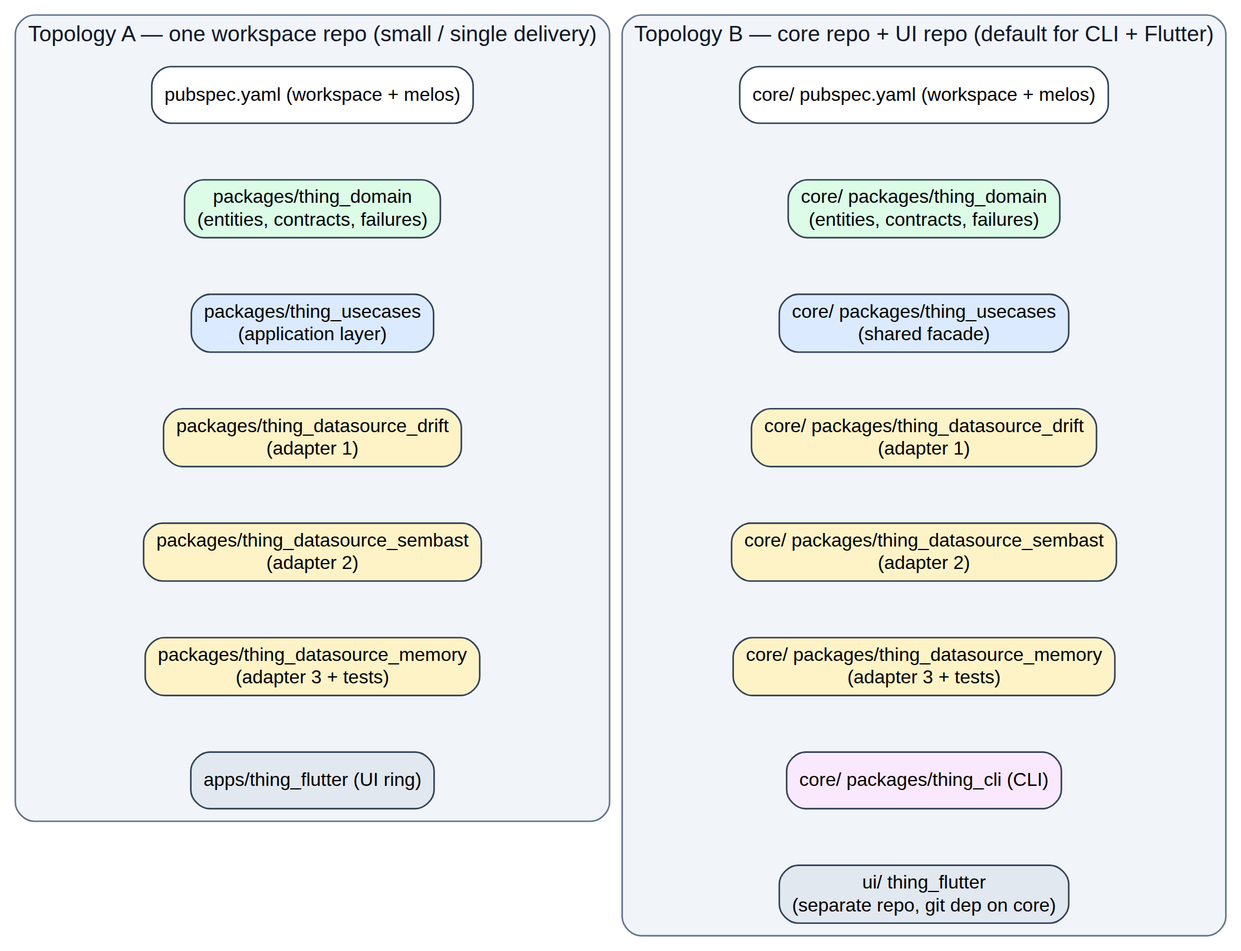
Earlier version of the Graphviz export book/diagrams/topology-ab.png (staylorx/dart-flutter-bible). Its source is kept beside it as book/diagrams/src/topology-ab.dot.
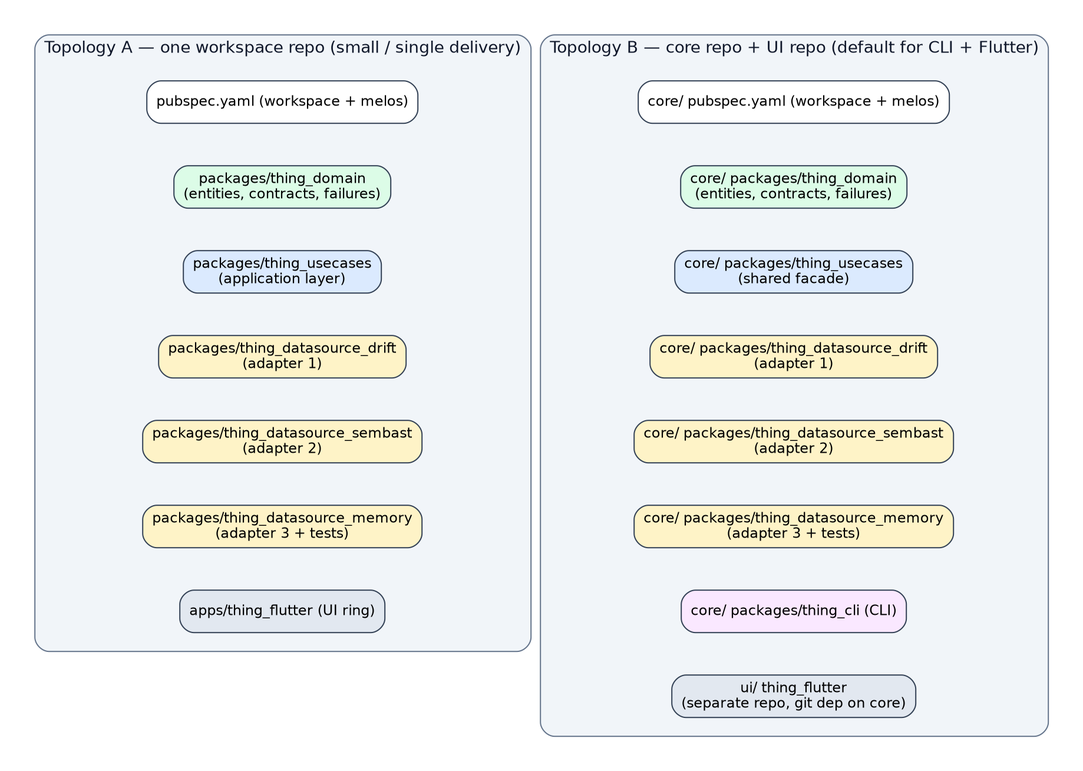
Later version of the same file.

Diff of the diagram source:
```diff
@@ -6,7 +6,7 @@
 
   subgraph cluster_a {
     label="Topology A — one workspace repo (small / single delivery)";
-    style="rounded,filled"; fillcolor="#f1f5f9"; color="#64748b"; fontcolor="#0f172a";
+    style="rounded,filled"; fillcolor="#f1f5f9"; color="#64748b"; fontcolor="#0f172a"; margin=16;
     a_pub [label="pubspec.yaml (workspace + melos)", fillcolor="#ffffff"];
     a_dom [label="packages/thing_domain\n(entities, contracts, failures)", fillcolor="#dcfce7"];
     a_uc  [label="packages/thing_usecases\n(application layer)", fillcolor="#dbeafe"];
@@ -14,12 +14,12 @@
     a_d2  [label="packages/thing_datasource_sembast\n(adapter 2)", fillcolor="#fef3c7"];
     a_d3  [label="packages/thing_datasource_memory\n(adapter 3 + tests)", fillcolor="#fef3c7"];
     a_app [label="apps/thing_flutter (UI ring)", fillcolor="#e2e8f0"];
-    a_pub -> a_dom -> a_uc -> a_d1 -> a_d2 -> a_d3 -> a_app [style=invis];
+    a_pub -> a_dom -> a_uc -> a_d1 -> a_d2 -> a_d3 -> a_app [style=invis, arrowhead=none];
   }
 
   subgraph cluster_b {
     label="Topology B — core repo + UI repo (default for CLI + Flutter)";
-    style="rounded,filled"; fillcolor="#f1f5f9"; color="#64748b"; fontcolor="#0f172a";
+    style="rounded,filled"; fillcolor="#f1f5f9"; color="#64748b"; fontcolor="#0f172a"; margin=16;
     b_pub [label="core/ pubspec.yaml (workspace + melos)", fillcolor="#ffffff"];
     b_dom [label="core/ packages/thing_domain\n(entities, contracts, failures)", fillcolor="#dcfce7"];
     b_uc  [label="core/ packages/thing_usecases\n(shared facade)", fillcolor="#dbeafe"];
@@ -28,6 +28,6 @@
     b_d3  [label="core/ packages/thing_datasource_memory\n(adapter 3 + tests)", fillcolor="#fef3c7"];
     b_cli [label="core/ packages/thing_cli (CLI)", fillcolor="#fae8ff"];
     b_ui  [label="ui/ thing_flutter\n(separate repo, git dep on core)", fillcolor="#e2e8f0"];
-    b_pub -> b_dom -> b_uc -> b_d1 -> b_d2 -> b_d3 -> b_cli -> b_ui [style=invis];
+    b_pub -> b_dom -> b_uc -> b_d1 -> b_d2 -> b_d3 -> b_cli -> b_ui [style=invis, arrowhead=none];
   }
 }
```
